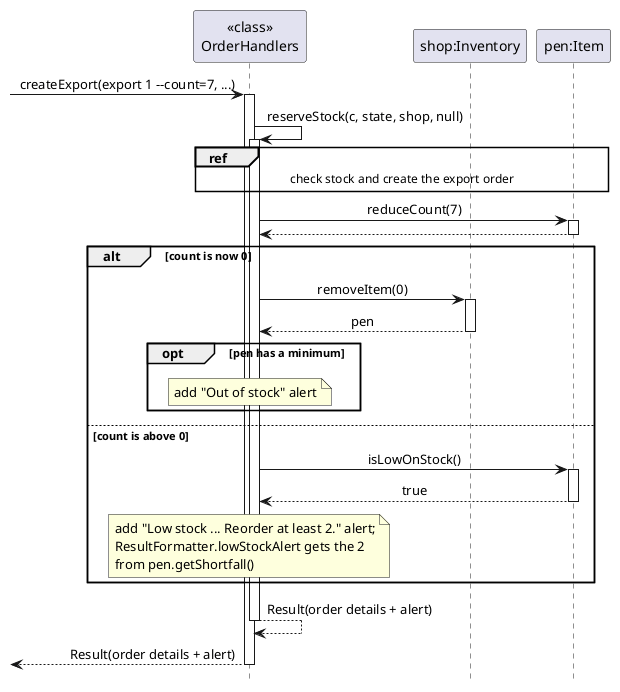
The PlantUML diagram docs/images/LowStockExportSequence.png in AY2627S1-CS2113-W14-4/tp, before a commit.
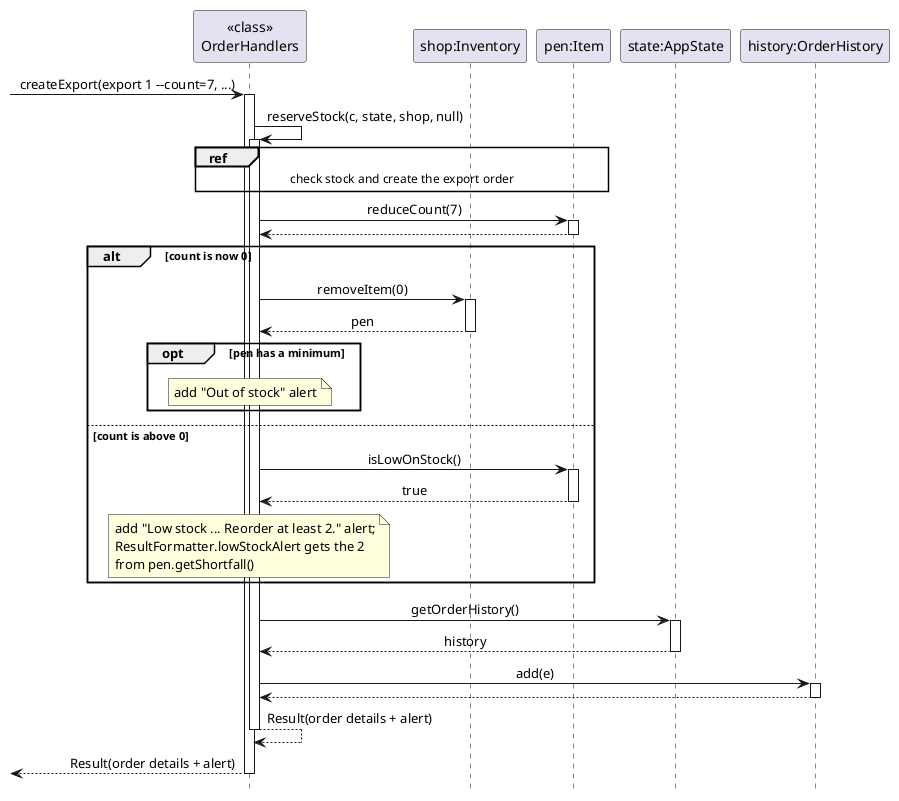
Above is the later version.

Commit message:
Show export order being added to order history

The edit, as a diff of the source:
```diff
@@ -5,6 +5,8 @@
 participant "<<class>>\nOrderHandlers" as Processor
 participant "shop:Inventory" as Inventory
 participant "pen:Item" as Item
+participant "state:AppState" as State
+participant "history:OrderHistory" as History
 
 [-> Processor : createExport(export 1 --count=7, ...)
 activate Processor
@@ -38,6 +40,15 @@
     end note
 end
 
+Processor -> State : getOrderHistory()
+activate State
+State --> Processor : history
+deactivate State
+Processor -> History : add(e)
+activate History
+History --> Processor
+deactivate History
+
 Processor --> Processor : Result(order details + alert)
 deactivate Processor
 [<-- Processor : Result(order details + alert)
```
